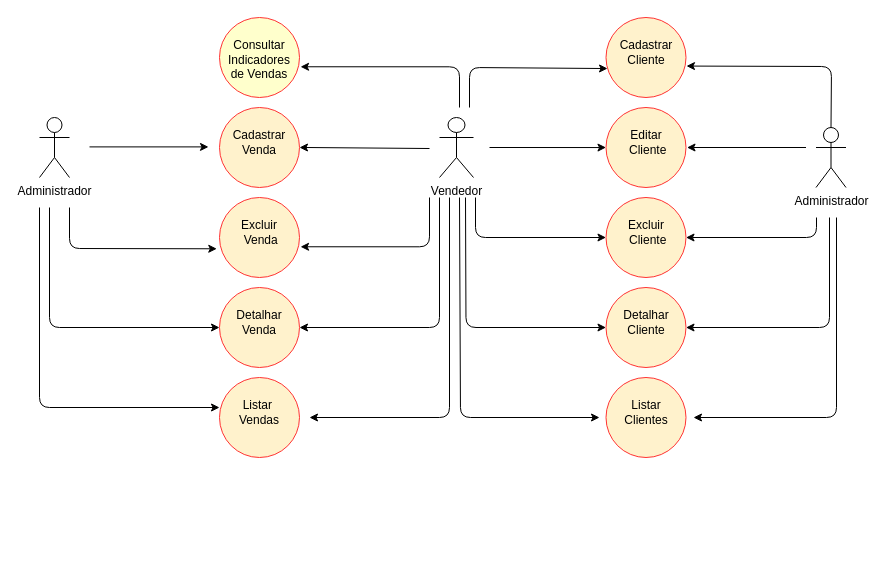
Earlier version of the draw.io diagram page "Vendedor" (2 of 7) of projeto/documentacao/Diagrama de casos de uso.drawio (adjamirgalvao/pucminas). Source tidied: cells renumbered, new cells numbered last; positions are measured from the earlier drawing's top-left corner, leaving out a move shared by most shapes. Both pictures are drawn from the tidied source at 100%, with x=0, y=0 at pixel (39, 17).
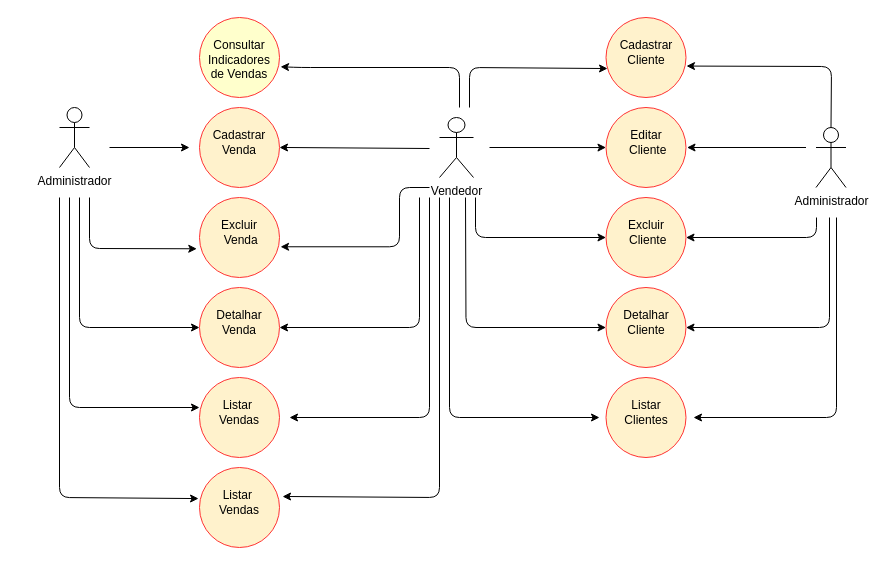
After the change.

What changed in the source:
```diff
@@
     <mxCell id="16" value="&lt;br&gt;Detalhar&lt;br&gt;Venda" style="ellipse;whiteSpace=wrap;html=1;verticalAlign=top;fillColor=#FFF2CC;strokeColor=#FF3333;" parent="1" vertex="1">
-      <mxGeometry x="180" y="270" width="80" height="80" as="geometry" />
+      <mxGeometry x="160" y="270" width="80" height="80" as="geometry" />
     </mxCell>
     <mxCell id="17" value="&lt;br&gt;Excluir&lt;br&gt;&amp;nbsp;Venda" style="ellipse;whiteSpace=wrap;html=1;verticalAlign=top;fillColor=#FFF2CC;strokeColor=#FF3333;" parent="1" vertex="1">
-      <mxGeometry x="180" y="180" width="80" height="80" as="geometry" />
+      <mxGeometry x="160" y="180" width="80" height="80" as="geometry" />
     </mxCell>
     <mxCell id="18" value="&lt;br&gt;Cadastrar Venda" style="ellipse;whiteSpace=wrap;html=1;verticalAlign=top;fillColor=#FFF2CC;strokeColor=#FF3333;" parent="1" vertex="1">
-      <mxGeometry x="180" y="90" width="80" height="80" as="geometry" />
+      <mxGeometry x="160" y="90" width="80" height="80" as="geometry" />
     </mxCell>
     <mxCell id="19" value="&lt;br&gt;Consultar&lt;br&gt;Indicadores de Vendas" style="ellipse;whiteSpace=wrap;html=1;verticalAlign=top;fillColor=#ffffcc;strokeColor=#FF3333;" parent="1" vertex="1">
-      <mxGeometry x="180" width="80" height="80" as="geometry" />
+      <mxGeometry x="160" width="80" height="80" as="geometry" />
     </mxCell>
@@
     <mxCell id="22" style="edgeStyle=orthogonalEdgeStyle;rounded=1;jettySize=auto;html=1;endArrow=classic;endFill=1;sourcePerimeterSpacing=24;targetPerimeterSpacing=0;startArrow=none;startFill=0;jumpStyle=arc;entryX=1.013;entryY=0.616;entryDx=0;entryDy=0;entryPerimeter=0;" parent="1" edge="1" target="17">
       <mxGeometry relative="1" as="geometry">
-        <mxPoint x="390" y="180" as="sourcePoint" />
+        <mxPoint x="390" y="170" as="sourcePoint" />
         <Array as="points">
-          <mxPoint x="390" y="229" />
+          <mxPoint x="390" y="170" />
+          <mxPoint x="360" y="170" />
+          <mxPoint x="360" y="229" />
         </Array>
       </mxGeometry>
     </mxCell>
     <mxCell id="23" style="edgeStyle=orthogonalEdgeStyle;rounded=1;jettySize=auto;html=1;endArrow=classic;endFill=1;sourcePerimeterSpacing=24;targetPerimeterSpacing=0;startArrow=none;startFill=0;jumpStyle=arc;entryX=1;entryY=0.5;entryDx=0;entryDy=0;" parent="1" edge="1" target="16">
       <mxGeometry relative="1" as="geometry">
-        <mxPoint x="400" y="180" as="sourcePoint" />
+        <mxPoint x="380" y="180" as="sourcePoint" />
         <Array as="points">
-          <mxPoint x="400" y="180" />
-          <mxPoint x="400" y="340" />
+          <mxPoint x="380" y="180" />
+          <mxPoint x="380" y="310" />
         </Array>
       </mxGeometry>
     </mxCell>
     <mxCell id="24" value="Administrador" style="shape=umlActor;verticalLabelPosition=bottom;verticalAlign=top;html=1;" parent="1" vertex="1">
-      <mxGeometry y="100" width="30" height="60" as="geometry" />
+      <mxGeometry x="20" y="90" width="30" height="60" as="geometry" />
     </mxCell>
     <mxCell id="25" style="endArrow=classic;html=1;rounded=1;sourcePerimeterSpacing=1;targetPerimeterSpacing=-1;jumpStyle=arc;" parent="1" edge="1">
       <mxGeometry relative="1" as="geometry">
-        <mxPoint x="50" y="129.4" as="sourcePoint" />
-        <mxPoint x="169" y="129.4" as="targetPoint" />
+        <mxPoint x="70" y="130" as="sourcePoint" />
+        <mxPoint x="150" y="130" as="targetPoint" />
       </mxGeometry>
     </mxCell>
     <mxCell id="26" style="endArrow=classic;html=1;rounded=1;sourcePerimeterSpacing=8;targetPerimeterSpacing=15;jumpStyle=arc;entryX=-0.034;entryY=0.641;entryDx=0;entryDy=0;entryPerimeter=0;" parent="1" edge="1" target="17">
       <mxGeometry relative="1" as="geometry">
-        <mxPoint x="30" y="190" as="sourcePoint" />
+        <mxPoint x="50" y="180" as="sourcePoint" />
         <Array as="points">
-          <mxPoint x="30" y="231" />
+          <mxPoint x="50" y="210" />
+          <mxPoint x="50" y="231" />
         </Array>
       </mxGeometry>
     </mxCell>
     <mxCell id="27" style="edgeStyle=orthogonalEdgeStyle;rounded=1;jettySize=auto;html=1;endArrow=classic;endFill=1;sourcePerimeterSpacing=24;targetPerimeterSpacing=0;startArrow=none;startFill=0;jumpStyle=arc;entryX=0;entryY=0.5;entryDx=0;entryDy=0;" parent="1" edge="1" target="16">
       <mxGeometry relative="1" as="geometry">
-        <mxPoint x="10" y="190" as="sourcePoint" />
+        <mxPoint x="40" y="180" as="sourcePoint" />
         <Array as="points">
-          <mxPoint x="10" y="310" />
+          <mxPoint x="40" y="310" />
         </Array>
       </mxGeometry>
     </mxCell>
@@
     <mxCell id="30" style="edgeStyle=orthogonalEdgeStyle;rounded=1;orthogonalLoop=1;jettySize=auto;html=1;endArrow=classic;endFill=1;sourcePerimeterSpacing=24;targetPerimeterSpacing=0;startArrow=none;startFill=0;jumpStyle=arc;" parent="1" edge="1">
       <mxGeometry relative="1" as="geometry">
-        <mxPoint x="420" y="180" as="sourcePoint" />
+        <mxPoint x="410" y="180" as="sourcePoint" />
         <mxPoint x="560" y="400" as="targetPoint" />
         <Array as="points">
-          <mxPoint x="421" y="180" />
-          <mxPoint x="421" y="400" />
-          <mxPoint x="560" y="400" />
+          <mxPoint x="410" y="180" />
+          <mxPoint x="410" y="400" />
         </Array>
       </mxGeometry>
     </mxCell>
     <mxCell id="31" value="&lt;br&gt;Listar&amp;nbsp;&lt;br&gt;Vendas" style="ellipse;whiteSpace=wrap;html=1;verticalAlign=top;fillColor=#fff2cc;strokeColor=#FF3333;" parent="1" vertex="1">
-      <mxGeometry x="180" y="360" width="80" height="80" as="geometry" />
+      <mxGeometry x="160" y="360" width="80" height="80" as="geometry" />
     </mxCell>
     <mxCell id="32" style="edgeStyle=orthogonalEdgeStyle;rounded=1;orthogonalLoop=1;jettySize=auto;html=1;endArrow=classic;endFill=1;sourcePerimeterSpacing=24;targetPerimeterSpacing=0;startArrow=none;startFill=0;jumpStyle=arc;" parent="1" edge="1">
       <mxGeometry relative="1" as="geometry">
-        <mxPoint x="410" y="180" as="sourcePoint" />
-        <mxPoint x="270" y="400" as="targetPoint" />
+        <mxPoint x="390" y="180" as="sourcePoint" />
+        <mxPoint x="250" y="400" as="targetPoint" />
         <Array as="points">
-          <mxPoint x="410" y="400" />
-          <mxPoint x="270" y="400" />
+          <mxPoint x="390" y="400" />
+          <mxPoint x="250" y="400" />
         </Array>
       </mxGeometry>
     </mxCell>
     <mxCell id="33" style="edgeStyle=orthogonalEdgeStyle;rounded=1;jettySize=auto;html=1;endArrow=classic;endFill=1;sourcePerimeterSpacing=24;targetPerimeterSpacing=0;startArrow=none;startFill=0;jumpStyle=arc;entryX=0;entryY=0.375;entryDx=0;entryDy=0;entryPerimeter=0;" parent="1" edge="1" target="31">
       <mxGeometry relative="1" as="geometry">
-        <mxPoint y="190" as="sourcePoint" />
+        <mxPoint x="30" y="180" as="sourcePoint" />
         <Array as="points">
-          <mxPoint y="390" />
+          <mxPoint x="30" y="390" />
         </Array>
       </mxGeometry>
     </mxCell>
+    <mxCell id="34" value="&lt;br&gt;Listar&amp;nbsp;&lt;br&gt;Vendas" style="ellipse;whiteSpace=wrap;html=1;verticalAlign=top;fillColor=#fff2cc;strokeColor=#FF3333;" parent="1" vertex="1">
+      <mxGeometry x="160" y="450" width="80" height="80" as="geometry" />
+    </mxCell>
+    <mxCell id="35" style="edgeStyle=orthogonalEdgeStyle;rounded=1;jettySize=auto;html=1;endArrow=classic;endFill=1;sourcePerimeterSpacing=24;targetPerimeterSpacing=0;startArrow=none;startFill=0;jumpStyle=arc;entryX=1.038;entryY=0.363;entryDx=0;entryDy=0;entryPerimeter=0;" parent="1" edge="1" target="34">
+      <mxGeometry relative="1" as="geometry">
+        <mxPoint x="400" y="180" as="sourcePoint" />
+        <Array as="points">
+          <mxPoint x="400" y="480" />
+          <mxPoint x="260" y="480" />
+          <mxPoint x="260" y="479" />
+        </Array>
+      </mxGeometry>
+    </mxCell>
+    <mxCell id="36" style="edgeStyle=orthogonalEdgeStyle;rounded=1;jettySize=auto;html=1;endArrow=classic;endFill=1;sourcePerimeterSpacing=24;targetPerimeterSpacing=0;startArrow=none;startFill=0;jumpStyle=arc;entryX=-0.012;entryY=0.388;entryDx=0;entryDy=0;entryPerimeter=0;" parent="1" edge="1" target="34">
+      <mxGeometry relative="1" as="geometry">
+        <mxPoint x="20" y="180" as="sourcePoint" />
+        <Array as="points">
+          <mxPoint x="20" y="480" />
+          <mxPoint x="130" y="480" />
+        </Array>
+      </mxGeometry>
+    </mxCell>
```
